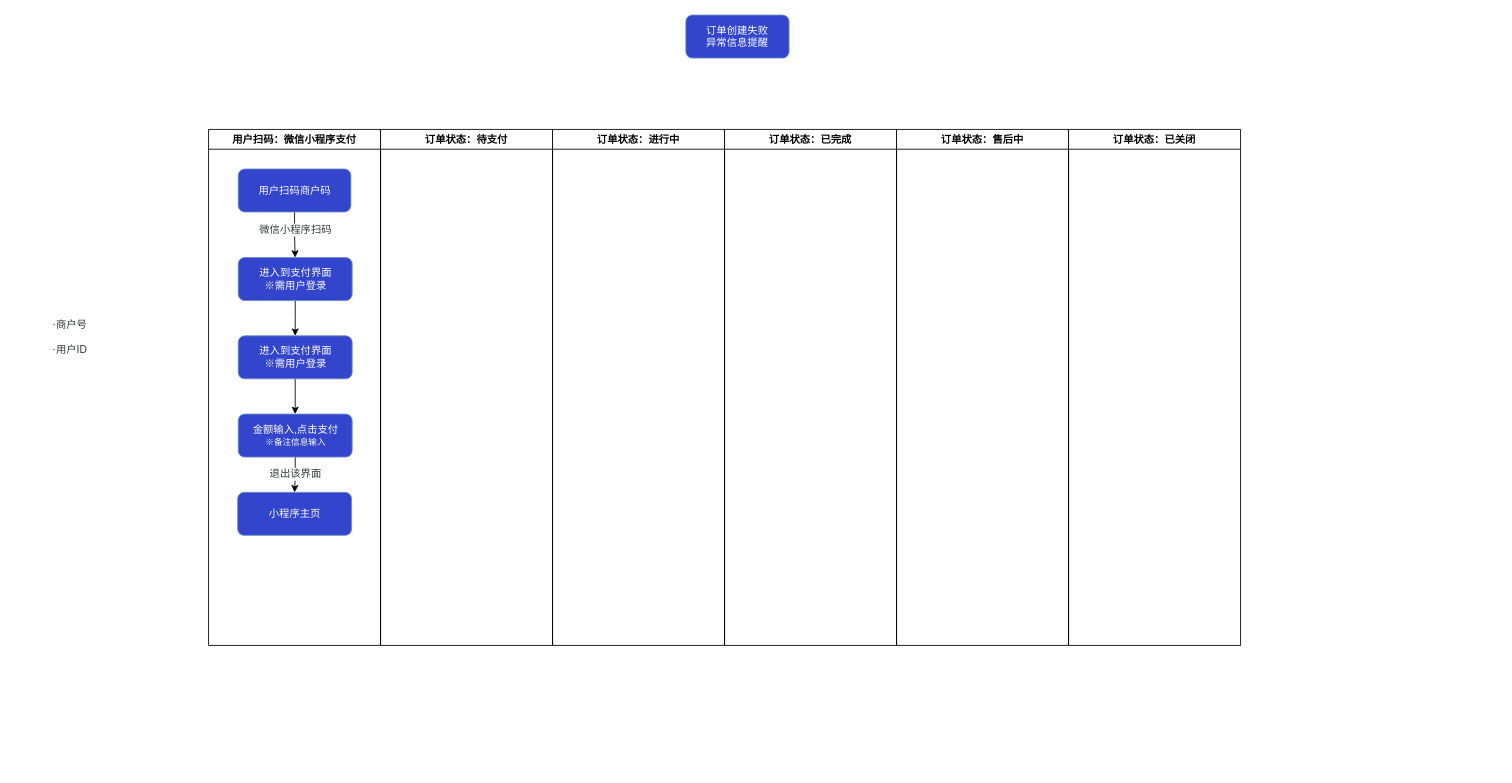
joestarhu/drowio keeps this draw.io diagram as 订单状态.drawio. Above is the earlier version. Source tidied: cells renumbered, new cells numbered last; positions are measured from the earlier drawing's top-left corner, leaving out a move shared by most shapes. Both pictures are drawn from the tidied source at 86%, with x=0, y=0 at pixel (44, 15).
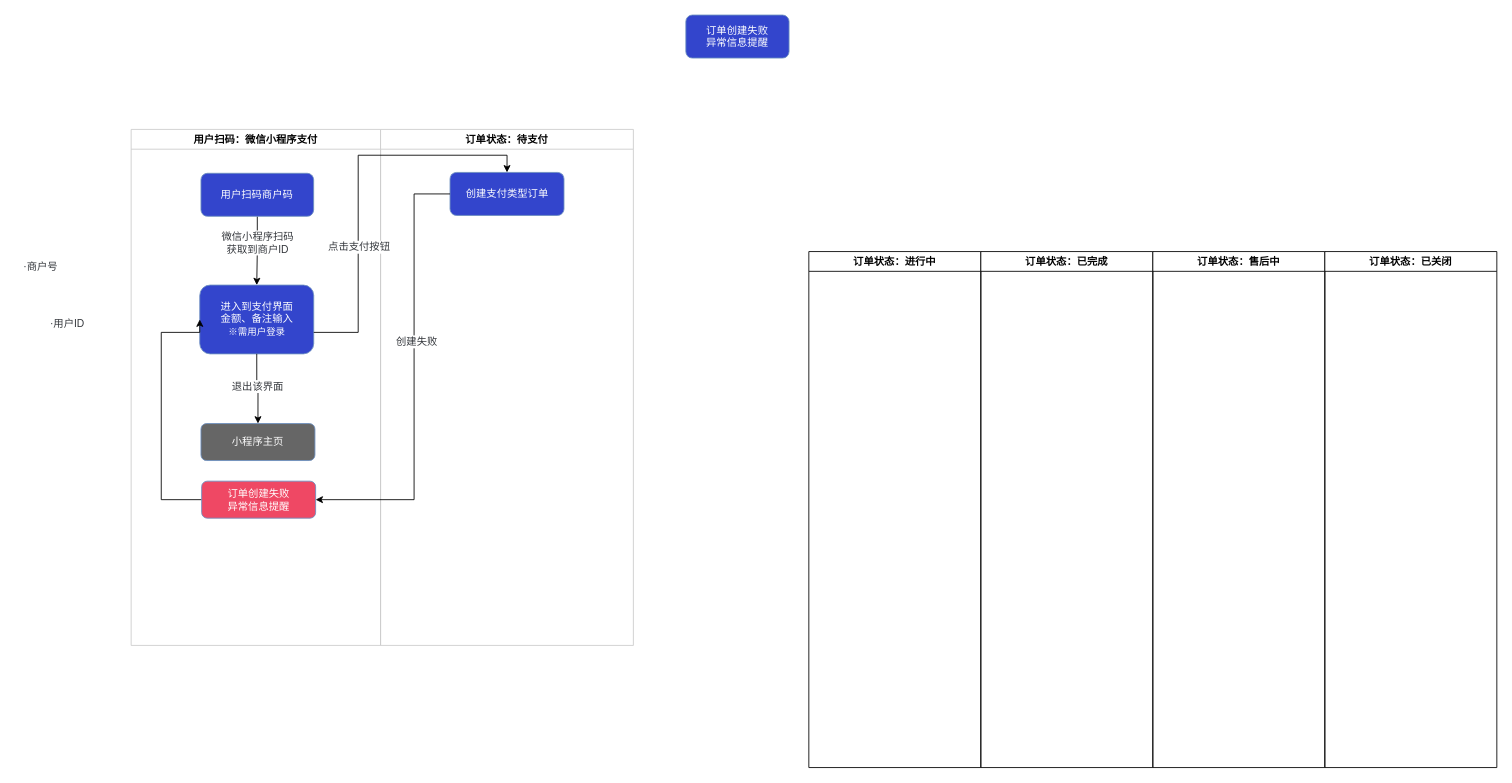
Above is the later version.

Commit message (it also covers changes not shown here):
更新订单状态.drawio

Unchanged cells that the change refers to:
```xml
<mxCell id="3" style="edgeStyle=orthogonalEdgeStyle;rounded=0;jettySize=auto;html=1;entryX=0.5;entryY=0;entryDx=0;entryDy=0;fontFamily=Helvetica;fontSize=12;fontColor=#FFF;" parent="2" edge="1" source="5" target="7">
  <mxGeometry relative="1" as="geometry" />
</mxCell>
```

Diff of the diagram source:
```diff
@@
-    <mxCell id="2" value="用户扫码：微信小程序支付" style="swimlane;whiteSpace=wrap;html=1;" parent="1" vertex="1">
-      <mxGeometry x="191" y="133" width="200" height="600" as="geometry" />
+    <mxCell id="2" value="用户扫码：微信小程序支付" style="swimlane;whiteSpace=wrap;html=1;strokeColor=#CCCCCC;" parent="1" vertex="1">
+      <mxGeometry x="101" y="133" width="290" height="600" as="geometry" />
     </mxCell>
@@
-    <mxCell id="4" value="&lt;font color=&quot;#34373c&quot;&gt;微信小程序扫码&lt;/font&gt;" style="edgeLabel;html=1;align=center;verticalAlign=middle;fontSize=12;fontFamily=Helvetica;fontColor=#FFF;" parent="3" vertex="1">
+    <mxCell id="4" value="&lt;font color=&quot;#34373c&quot;&gt;微信小程序扫码&lt;br&gt;获取到商户ID&lt;br&gt;&lt;/font&gt;" style="edgeLabel;html=1;align=center;verticalAlign=middle;fontSize=12;fontFamily=Helvetica;fontColor=#FFF;" parent="3" vertex="1">
       <mxGeometry x="-0.23" relative="1" as="geometry">
         <mxPoint y="-1" as="offset" />
       </mxGeometry>
     </mxCell>
     <mxCell id="5" value="用户扫码商户码" style="rounded=1;whiteSpace=wrap;html=1;fillColor=#3345CC;strokeColor=#6c8ebf;fontColor=#FFF;" parent="2" vertex="1">
-      <mxGeometry x="34.5" y="46" width="131" height="50" as="geometry" />
+      <mxGeometry x="81.2" y="51" width="131" height="50" as="geometry" />
     </mxCell>
-    <mxCell id="6" style="edgeStyle=orthogonalEdgeStyle;rounded=0;jettySize=auto;html=1;entryX=0.5;entryY=0;entryDx=0;entryDy=0;fontFamily=Helvetica;fontSize=12;fontColor=#FFF;" parent="2" edge="1" source="7" target="9">
-      <mxGeometry relative="1" as="geometry" />
-    </mxCell>
-    <mxCell id="7" value="进入到支付界面&lt;br&gt;※需用户登录" style="rounded=1;whiteSpace=wrap;html=1;fillColor=#3345CC;strokeColor=#6c8ebf;fontColor=#FFF;" parent="2" vertex="1">
-      <mxGeometry x="34.5" y="149" width="132.5" height="50" as="geometry" />
+    <mxCell id="7" value="进入到支付界面&lt;br&gt;金额、备注输入&lt;br&gt;&lt;font style=&quot;font-size: 11px;&quot;&gt;※需用户登录&lt;br&gt;&lt;/font&gt;" style="rounded=1;whiteSpace=wrap;html=1;fillColor=#3345CC;strokeColor=#6c8ebf;fontColor=#FFF;" parent="2" vertex="1">
+      <mxGeometry x="79.8" y="181" width="132.5" height="80" as="geometry" />
     </mxCell>
-    <mxCell id="8" style="edgeStyle=orthogonalEdgeStyle;rounded=0;jettySize=auto;html=1;fontFamily=Helvetica;fontSize=12;fontColor=#FFF;" parent="2" edge="1" source="9" target="12">
-      <mxGeometry relative="1" as="geometry" />
-    </mxCell>
-    <mxCell id="9" value="进入到支付界面&lt;br&gt;※需用户登录" style="rounded=1;whiteSpace=wrap;html=1;fillColor=#3345CC;strokeColor=#6c8ebf;fontColor=#FFF;" parent="2" vertex="1">
-      <mxGeometry x="34.5" y="240" width="132.5" height="50" as="geometry" />
-    </mxCell>
-    <mxCell id="10" style="edgeStyle=orthogonalEdgeStyle;rounded=0;jettySize=auto;html=1;entryX=0.5;entryY=0;entryDx=0;entryDy=0;fontFamily=Helvetica;fontSize=12;fontColor=#FFF;" parent="2" edge="1" source="12" target="13">
+    <mxCell id="10" style="edgeStyle=orthogonalEdgeStyle;rounded=0;jettySize=auto;html=1;entryX=0.5;entryY=0;entryDx=0;entryDy=0;fontFamily=Helvetica;fontSize=12;fontColor=#FFF;exitX=0.5;exitY=1;exitDx=0;exitDy=0;" parent="2" edge="1" source="7" target="13">
       <mxGeometry relative="1" as="geometry" />
     </mxCell>
@@
-    <mxCell id="12" value="金额输入,点击支付&lt;br&gt;&lt;font style=&quot;font-size: 10px;&quot;&gt;※备注信息输入&lt;/font&gt;" style="rounded=1;whiteSpace=wrap;html=1;fillColor=#3345CC;strokeColor=#6c8ebf;fontColor=#FFF;" parent="2" vertex="1">
-      <mxGeometry x="34.5" y="331" width="132.5" height="50" as="geometry" />
-    </mxCell>
-    <mxCell id="13" value="小程序主页" style="rounded=1;whiteSpace=wrap;html=1;fillColor=#3345CC;strokeColor=#6c8ebf;fontColor=#FFF;" parent="2" vertex="1">
-      <mxGeometry x="33.8" y="422" width="132.5" height="50" as="geometry" />
+    <mxCell id="13" value="小程序主页" style="rounded=1;whiteSpace=wrap;html=1;fillColor=#666666;strokeColor=#6c8ebf;fontColor=#FFF;" parent="2" vertex="1">
+      <mxGeometry x="81.2" y="342" width="132.5" height="43" as="geometry" />
     </mxCell>
+    <mxCell id="22" style="edgeStyle=orthogonalEdgeStyle;shape=connector;rounded=0;jettySize=auto;html=1;entryX=0;entryY=0.5;entryDx=0;entryDy=0;labelBackgroundColor=default;strokeColor=default;align=center;verticalAlign=middle;fontFamily=Helvetica;fontSize=12;fontColor=#34373C;endArrow=classic;" parent="2" edge="1" source="23" target="7">
+      <mxGeometry relative="1" as="geometry">
+        <Array as="points">
+          <mxPoint x="35" y="431" />
+          <mxPoint x="35" y="236" />
+        </Array>
+      </mxGeometry>
+    </mxCell>
+    <mxCell id="23" value="订单创建失败&lt;br&gt;异常信息提醒" style="rounded=1;whiteSpace=wrap;html=1;fillColor=#ef4864;strokeColor=#6c8ebf;fontColor=#FFF;" parent="2" vertex="1">
+      <mxGeometry x="82" y="409" width="132.5" height="43" as="geometry" />
+    </mxCell>
-    <mxCell id="14" value="订单状态：待支付" style="swimlane;whiteSpace=wrap;html=1;" parent="1" vertex="1">
-      <mxGeometry x="391" y="133" width="200" height="600" as="geometry" />
+    <mxCell id="14" value="订单状态：待支付" style="swimlane;whiteSpace=wrap;html=1;strokeColor=#CCCCCC;" parent="1" vertex="1">
+      <mxGeometry x="391" y="133" width="294" height="600" as="geometry" />
     </mxCell>
+    <mxCell id="24" value="创建支付类型订单" style="rounded=1;whiteSpace=wrap;html=1;fillColor=#3345CC;strokeColor=#6c8ebf;fontColor=#FFF;" parent="14" vertex="1">
+      <mxGeometry x="80.8" y="50" width="132.5" height="50" as="geometry" />
+    </mxCell>
     <mxCell id="15" value="订单状态：进行中" style="swimlane;whiteSpace=wrap;html=1;" parent="1" vertex="1">
-      <mxGeometry x="591" y="133" width="200" height="600" as="geometry" />
+      <mxGeometry x="889" y="275" width="200" height="600" as="geometry" />
     </mxCell>
     <mxCell id="16" value="订单状态：已完成" style="swimlane;whiteSpace=wrap;html=1;" parent="1" vertex="1">
-      <mxGeometry x="791" y="133" width="200" height="600" as="geometry" />
+      <mxGeometry x="1089" y="275" width="200" height="600" as="geometry" />
     </mxCell>
     <mxCell id="17" value="订单状态：售后中" style="swimlane;whiteSpace=wrap;html=1;" parent="1" vertex="1">
-      <mxGeometry x="991" y="133" width="200" height="600" as="geometry" />
+      <mxGeometry x="1289" y="275" width="200" height="600" as="geometry" />
     </mxCell>
     <mxCell id="18" value="订单状态：已关闭" style="swimlane;whiteSpace=wrap;html=1;" parent="1" vertex="1">
-      <mxGeometry x="1191" y="133" width="200" height="600" as="geometry" />
+      <mxGeometry x="1489" y="275" width="200" height="600" as="geometry" />
     </mxCell>
@@
     <mxCell id="20" value="&lt;font color=&quot;#34373c&quot;&gt;·商户号&lt;/font&gt;" style="text;html=1;strokeColor=none;fillColor=none;align=center;verticalAlign=middle;whiteSpace=wrap;rounded=0;fontSize=12;fontFamily=Helvetica;fontColor=#FFF;" parent="1" vertex="1">
-      <mxGeometry y="345" width="60" height="30" as="geometry" />
+      <mxGeometry x="-34" y="278" width="60" height="30" as="geometry" />
     </mxCell>
     <mxCell id="21" value="&lt;font color=&quot;#34373c&quot;&gt;·用户ID&lt;/font&gt;" style="text;html=1;strokeColor=none;fillColor=none;align=center;verticalAlign=middle;whiteSpace=wrap;rounded=0;fontSize=12;fontFamily=Helvetica;fontColor=#FFF;" parent="1" vertex="1">
-      <mxGeometry y="375" width="60" height="30" as="geometry" />
+      <mxGeometry x="-3" y="344" width="60" height="30" as="geometry" />
     </mxCell>
+    <mxCell id="25" style="edgeStyle=orthogonalEdgeStyle;shape=connector;rounded=0;jettySize=auto;html=1;entryX=0.5;entryY=0;entryDx=0;entryDy=0;labelBackgroundColor=default;strokeColor=default;align=center;verticalAlign=middle;fontFamily=Helvetica;fontSize=12;fontColor=#34373C;endArrow=classic;" parent="1" edge="1" source="7" target="24">
+      <mxGeometry relative="1" as="geometry">
+        <Array as="points">
+          <mxPoint x="365" y="369" />
+          <mxPoint x="365" y="163" />
+          <mxPoint x="538" y="163" />
+        </Array>
+      </mxGeometry>
+    </mxCell>
+    <mxCell id="26" value="点击支付按钮" style="edgeLabel;html=1;align=center;verticalAlign=middle;fontSize=12;fontFamily=Helvetica;fontColor=#34373C;" parent="25" vertex="1">
+      <mxGeometry x="-0.33" relative="1" as="geometry" />
+    </mxCell>
+    <mxCell id="27" style="edgeStyle=orthogonalEdgeStyle;shape=connector;rounded=0;jettySize=auto;html=1;entryX=1;entryY=0.5;entryDx=0;entryDy=0;labelBackgroundColor=default;strokeColor=default;align=center;verticalAlign=middle;fontFamily=Helvetica;fontSize=12;fontColor=#34373C;endArrow=classic;" parent="1" edge="1" source="24" target="23">
+      <mxGeometry relative="1" as="geometry">
+        <Array as="points">
+          <mxPoint x="430" y="208" />
+          <mxPoint x="430" y="564" />
+        </Array>
+      </mxGeometry>
+    </mxCell>
+    <mxCell id="28" value="创建失败" style="edgeLabel;html=1;align=center;verticalAlign=middle;fontSize=12;fontFamily=Helvetica;fontColor=#34373C;" parent="27" vertex="1">
+      <mxGeometry x="-0.17" y="2" relative="1" as="geometry">
+        <mxPoint y="1" as="offset" />
+      </mxGeometry>
+    </mxCell>
```
